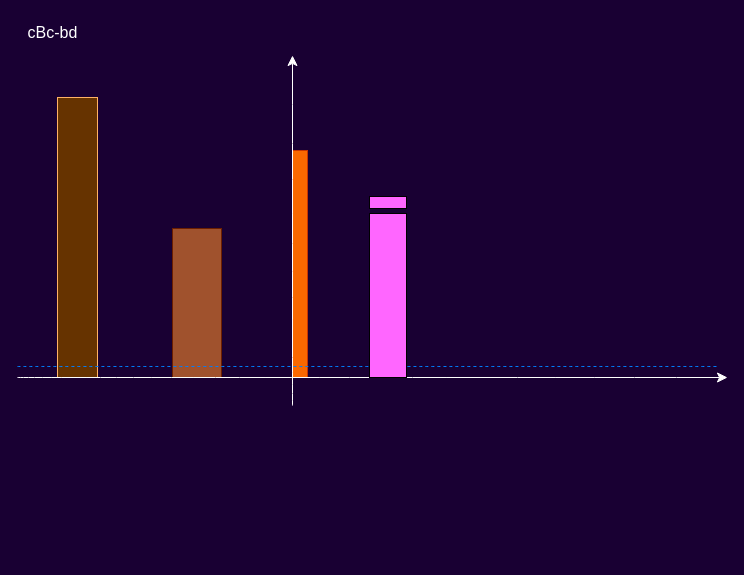
Before: Untitled Diagram.drawio in ioicoin/diagram, a draw.io diagram. Source tidied: cells renumbered, new cells numbered last; positions are measured from the earlier drawing's top-left corner, leaving out a move shared by most shapes. Both pictures are drawn from the tidied source at 100%, with x=0, y=0 at pixel (17, 17).
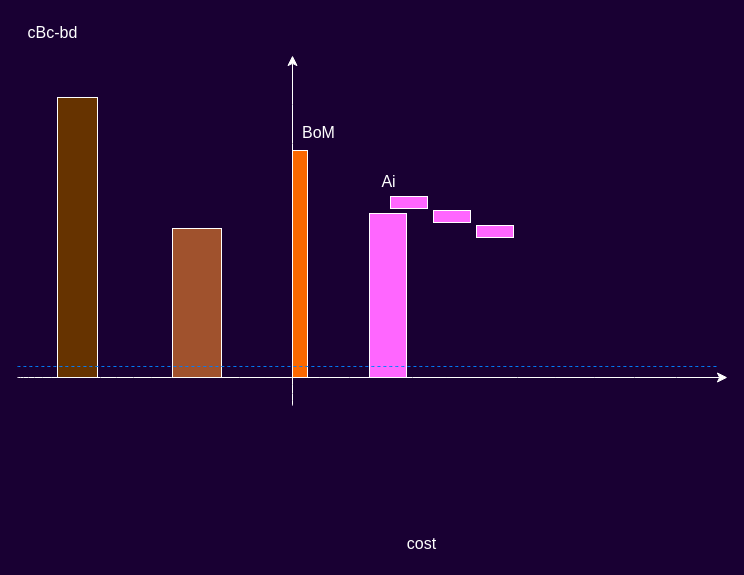
The same page after the edit.

The edit, as a diff of the source:
```diff
@@
 <mxGraphModel background="#190033">
   <root>
     <mxCell id="0" />
     <mxCell id="1" parent="0" />
+    <mxCell id="9" style="rounded=0;whiteSpace=wrap;html=1;fontSize=16;fillColor=#FF66FF;strokeColor=#FFFFFF;" parent="1" vertex="1">
+      <mxGeometry x="352" y="196" width="37" height="164" as="geometry" />
+    </mxCell>
-    <mxCell id="2" style="whiteSpace=wrap;html=1;fontSize=16;fillColor=#fa6800;fontColor=#000000;strokeColor=#C73500;" parent="1" vertex="1">
+    <mxCell id="2" style="whiteSpace=wrap;html=1;fontSize=16;fillColor=#fa6800;fontColor=#000000;strokeColor=#FFFFFF;" parent="1" vertex="1">
       <mxGeometry x="275" y="133" width="15" height="227" as="geometry" />
     </mxCell>
     <mxCell id="3" value="cBc-bd" style="text;html=1;align=center;verticalAlign=middle;strokeColor=none;fillColor=none;fontSize=16;fontColor=#FFFFFF;" parent="1" vertex="1">
       <mxGeometry width="70" height="30" as="geometry" />
     </mxCell>
-    <mxCell id="4" style="rounded=0;whiteSpace=wrap;html=1;fontSize=16;fillColor=#663300;strokeColor=#FFB366;" parent="1" vertex="1">
+    <mxCell id="4" style="rounded=0;whiteSpace=wrap;html=1;fontSize=16;fillColor=#663300;strokeColor=#FFFFFF;" parent="1" vertex="1">
       <mxGeometry x="40" y="80" width="40" height="280" as="geometry" />
     </mxCell>
     <mxCell id="5" style="endArrow=classic;html=1;rounded=0;fontSize=12;startSize=8;endSize=8;curved=1;strokeColor=#FFFFFF;" parent="1" edge="1">
       <mxGeometry relative="1" as="geometry">
         <mxPoint x="275" y="388" as="sourcePoint" />
         <mxPoint x="275" y="38" as="targetPoint" />
       </mxGeometry>
     </mxCell>
-    <mxCell id="6" style="rounded=0;whiteSpace=wrap;html=1;fontSize=16;strokeColor=#6D1F00;fillColor=#a0522d;fontColor=#ffffff;" parent="1" vertex="1">
+    <mxCell id="6" style="rounded=0;whiteSpace=wrap;html=1;fontSize=16;strokeColor=#FFFFFF;fillColor=#a0522d;fontColor=#ffffff;" parent="1" vertex="1">
       <mxGeometry x="155" y="211" width="49" height="149" as="geometry" />
     </mxCell>
     <mxCell id="7" style="endArrow=none;dashed=1;html=1;rounded=0;fontSize=12;startSize=8;endSize=8;curved=1;strokeColor=#007FFF;" parent="1" edge="1">
       <mxGeometry relative="1" as="geometry">
         <mxPoint y="349" as="sourcePoint" />
         <mxPoint x="701" y="349" as="targetPoint" />
       </mxGeometry>
     </mxCell>
     <mxCell id="8" style="endArrow=classic;html=1;rounded=0;fontSize=12;startSize=8;endSize=8;curved=1;strokeColor=#FFFFFF;" parent="1" edge="1">
       <mxGeometry relative="1" as="geometry">
         <mxPoint y="360" as="sourcePoint" />
         <mxPoint x="710" y="360" as="targetPoint" />
       </mxGeometry>
     </mxCell>
-    <mxCell id="9" style="rounded=0;whiteSpace=wrap;html=1;fontSize=16;fillColor=#FF66FF;" parent="1" vertex="1">
-      <mxGeometry x="352" y="196" width="37" height="164" as="geometry" />
-    </mxCell>
-    <mxCell id="10" style="rounded=0;whiteSpace=wrap;html=1;fontSize=16;fillColor=#FF66FF;" parent="1" vertex="1">
-      <mxGeometry x="352" y="179" width="37" height="12" as="geometry" />
+    <mxCell id="10" style="rounded=0;whiteSpace=wrap;html=1;fontSize=16;fillColor=#FF66FF;strokeColor=#FFFFFF;" parent="1" vertex="1">
+      <mxGeometry x="373" y="179" width="37" height="12" as="geometry" />
     </mxCell>
+    <mxCell id="11" style="rounded=0;whiteSpace=wrap;html=1;fontSize=16;fillColor=#FF66FF;strokeColor=#FFFFFF;" parent="1" vertex="1">
+      <mxGeometry x="416" y="193" width="37" height="12" as="geometry" />
+    </mxCell>
+    <mxCell id="12" style="rounded=0;whiteSpace=wrap;html=1;fontSize=16;fillColor=#FF66FF;strokeColor=#FFFFFF;" parent="1" vertex="1">
+      <mxGeometry x="459" y="208" width="37" height="12" as="geometry" />
+    </mxCell>
+    <mxCell id="13" value="&lt;font color=&quot;#ffffff&quot;&gt;Ai&lt;/font&gt;" style="text;html=1;align=center;verticalAlign=middle;strokeColor=none;fillColor=none;fontSize=16;" parent="1" vertex="1">
+      <mxGeometry x="354.5" y="148" width="32" height="31" as="geometry" />
+    </mxCell>
+    <mxCell id="14" value="&lt;font color=&quot;#ffffff&quot;&gt;BoM&lt;/font&gt;" style="text;html=1;align=center;verticalAlign=middle;strokeColor=none;fillColor=none;fontSize=16;" parent="1" vertex="1">
+      <mxGeometry x="275" y="99" width="51" height="31" as="geometry" />
+    </mxCell>
+    <mxCell id="15" value="&lt;font color=&quot;#ffffff&quot;&gt;cost&lt;/font&gt;" style="text;html=1;align=center;verticalAlign=middle;strokeColor=none;fillColor=none;fontSize=16;" parent="1" vertex="1">
+      <mxGeometry x="379.5" y="510" width="49" height="31" as="geometry" />
+    </mxCell>
   </root>
 </mxGraphModel>
```
